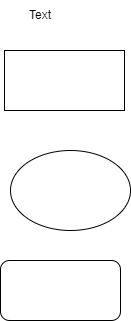
Earlier version of the draw.io export Untitled Diagram.drawio.png (liodegwin/diagrams). Source tidied: cells renumbered, new cells last; positions are measured from the earlier drawing's top-left corner, leaving out a move shared by most shapes.
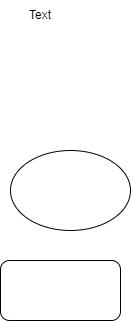
Later version of the same file.

Diff of the diagram source:
```diff
@@ -2,9 +2,6 @@
   <root>
     <mxCell id="0" />
     <mxCell id="1" parent="0" />
-    <mxCell id="2" style="rounded=0;whiteSpace=wrap;html=1;" parent="1" vertex="1">
-      <mxGeometry x="4" y="50" width="120" height="60" as="geometry" />
-    </mxCell>
     <mxCell id="3" style="rounded=1;whiteSpace=wrap;html=1;" parent="1" vertex="1">
       <mxGeometry y="260" width="120" height="60" as="geometry" />
     </mxCell>
```
